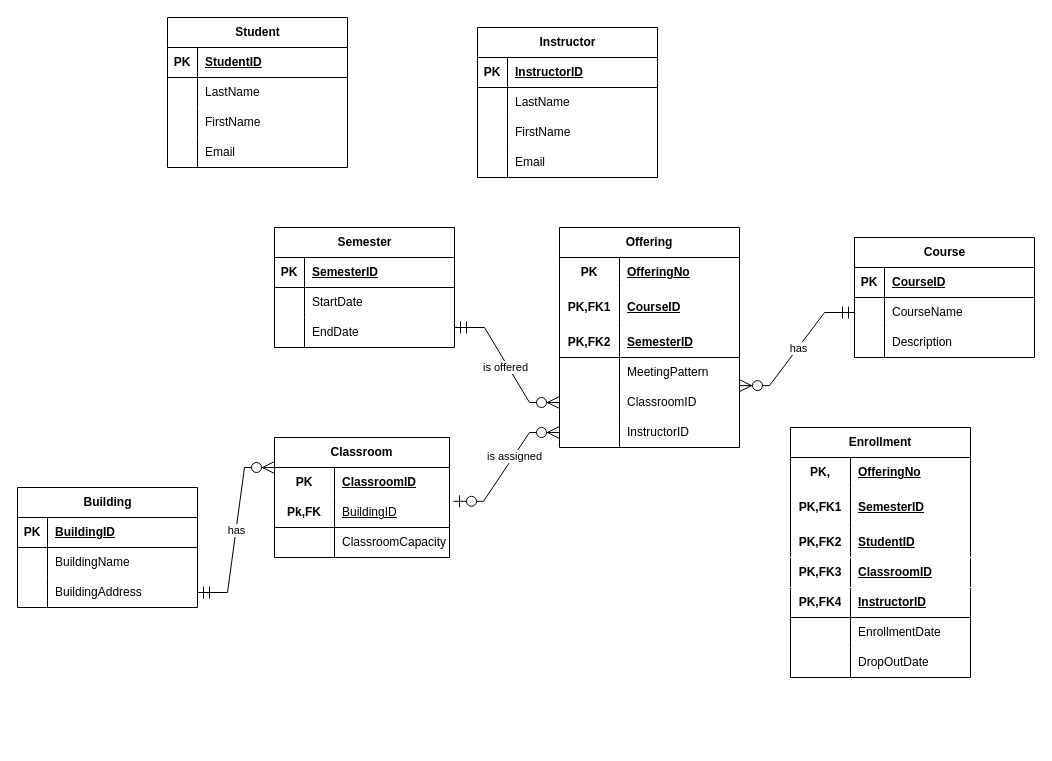
Earlier version of the draw.io diagram Untitled Diagram.drawio (shoranic/tester). Source tidied: cells renumbered, new cells numbered last; positions are measured from the earlier drawing's top-left corner, leaving out a move shared by most shapes. Both pictures are drawn from the tidied source at 100%, with x=0, y=0 at pixel (17, 17).
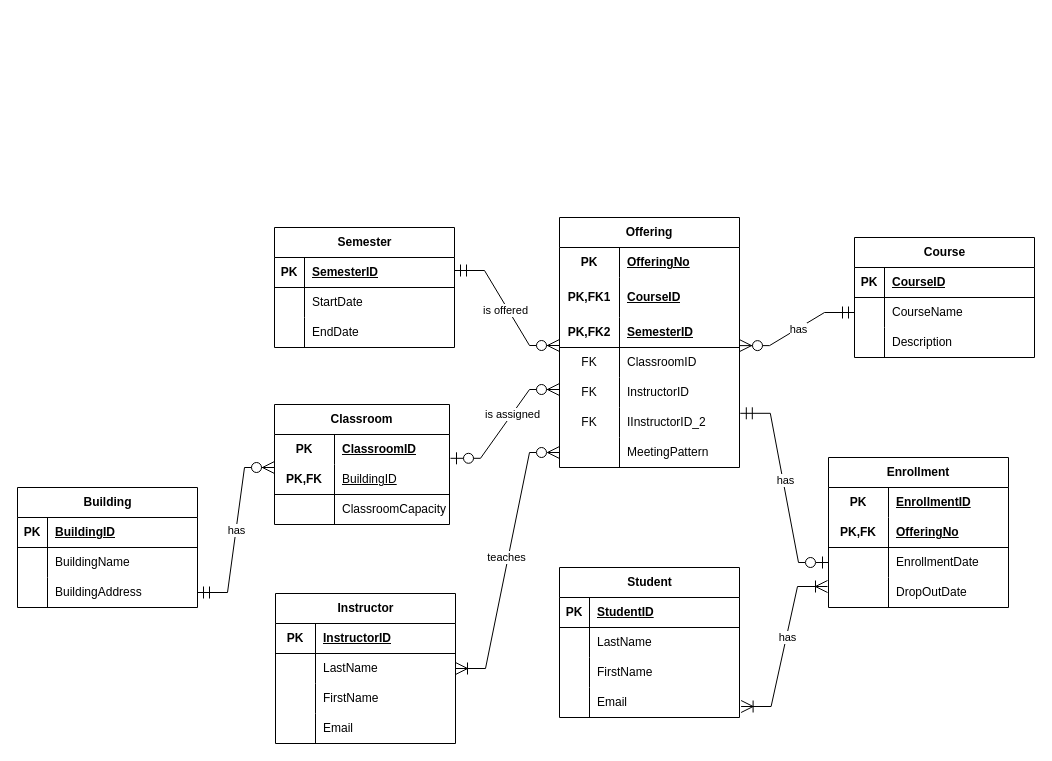
The same diagram, later.

The change refers to these unchanged cells:
```xml
<mxCell id="3" style="shape=tableRow;horizontal=0;startSize=0;swimlaneHead=0;swimlaneBody=0;fillColor=none;top=0;left=0;right=0;bottom=1;" parent="2" vertex="1">
  <mxGeometry y="30" width="180" height="30" as="geometry" />
</mxCell>
<mxCell id="6" style="shape=tableRow;horizontal=0;startSize=0;swimlaneHead=0;swimlaneBody=0;fillColor=none;points=[[0,0.5],[1,0.5]];portConstraint=eastwest;top=0;left=0;right=0;bottom=0;" parent="2" vertex="1">
  <mxGeometry y="60" width="180" height="30" as="geometry" />
</mxCell>
<mxCell id="9" style="shape=tableRow;horizontal=0;startSize=0;swimlaneHead=0;swimlaneBody=0;fillColor=none;top=0;left=0;right=0;bottom=0;" parent="2" vertex="1">
  <mxGeometry y="90" width="180" height="30" as="geometry" />
</mxCell>
<mxCell id="12" style="shape=tableRow;horizontal=0;startSize=0;swimlaneHead=0;swimlaneBody=0;fillColor=none;top=0;left=0;right=0;bottom=0;" parent="2" vertex="1">
  <mxGeometry y="120" width="180" height="30" as="geometry" />
</mxCell>
<mxCell id="81" style="shape=tableRow;horizontal=0;startSize=0;swimlaneHead=0;swimlaneBody=0;fillColor=none;points=[[0,0.5],[1,0.5]];portConstraint=eastwest;top=0;left=0;right=0;bottom=1;html=1;" parent="77" vertex="1">
  <mxGeometry y="60" width="175" height="30" as="geometry" />
</mxCell>
<mxCell id="88" style="shape=tableRow;horizontal=0;startSize=0;swimlaneHead=0;swimlaneBody=0;fillColor=none;top=0;left=0;right=0;bottom=0;html=1;" parent="87" vertex="1">
  <mxGeometry y="30" width="180" height="30" as="geometry" />
</mxCell>
```

What changed in the source:
```diff
@@
     <mxCell id="2" value="Instructor" style="shape=table;startSize=30;childLayout=tableLayout;rowLines=0;fontStyle=1;align=center;html=1;" parent="1" vertex="1">
-      <mxGeometry x="460" y="10" width="180" height="150" as="geometry" />
+      <mxGeometry x="258" y="576" width="180" height="150" as="geometry" />
     </mxCell>
@@
     <mxCell id="4" value="PK" style="shape=partialRectangle;fillColor=none;top=0;left=0;bottom=0;right=0;fontStyle=1;overflow=hidden;whiteSpace=wrap;html=1;" parent="3" vertex="1">
-      <mxGeometry width="30" height="30" as="geometry" />
+      <mxGeometry width="40" height="30" as="geometry" />
     </mxCell>
     <mxCell id="5" value="InstructorID" style="shape=partialRectangle;fillColor=none;top=0;left=0;bottom=0;right=0;align=left;spacingLeft=6;fontStyle=5;overflow=hidden;whiteSpace=wrap;html=1;" parent="3" vertex="1">
-      <mxGeometry x="30" width="150" height="30" as="geometry" />
+      <mxGeometry x="40" width="140" height="30" as="geometry" />
     </mxCell>
@@
     <mxCell id="7" style="shape=partialRectangle;fillColor=none;top=0;left=0;bottom=0;right=0;overflow=hidden;whiteSpace=wrap;html=1;" parent="6" vertex="1">
-      <mxGeometry width="30" height="30" as="geometry" />
+      <mxGeometry width="40" height="30" as="geometry" />
     </mxCell>
     <mxCell id="8" value="LastName" style="shape=partialRectangle;fillColor=none;top=0;left=0;bottom=0;right=0;align=left;spacingLeft=6;overflow=hidden;whiteSpace=wrap;html=1;" parent="6" vertex="1">
-      <mxGeometry x="30" width="150" height="30" as="geometry" />
+      <mxGeometry x="40" width="140" height="30" as="geometry" />
     </mxCell>
@@
     <mxCell id="10" style="shape=partialRectangle;fillColor=none;top=0;left=0;bottom=0;right=0;overflow=hidden;whiteSpace=wrap;html=1;" parent="9" vertex="1">
-      <mxGeometry width="30" height="30" as="geometry" />
+      <mxGeometry width="40" height="30" as="geometry" />
     </mxCell>
     <mxCell id="11" value="FirstName" style="shape=partialRectangle;fillColor=none;top=0;left=0;bottom=0;right=0;align=left;spacingLeft=6;overflow=hidden;whiteSpace=wrap;html=1;" parent="9" vertex="1">
-      <mxGeometry x="30" width="150" height="30" as="geometry" />
+      <mxGeometry x="40" width="140" height="30" as="geometry" />
     </mxCell>
@@
     <mxCell id="13" style="shape=partialRectangle;fillColor=none;top=0;left=0;bottom=0;right=0;overflow=hidden;whiteSpace=wrap;html=1;" parent="12" vertex="1">
-      <mxGeometry width="30" height="30" as="geometry" />
+      <mxGeometry width="40" height="30" as="geometry" />
     </mxCell>
     <mxCell id="14" value="Email" style="shape=partialRectangle;fillColor=none;top=0;left=0;bottom=0;right=0;align=left;spacingLeft=6;overflow=hidden;whiteSpace=wrap;html=1;" parent="12" vertex="1">
-      <mxGeometry x="30" width="150" height="30" as="geometry" />
+      <mxGeometry x="40" width="140" height="30" as="geometry" />
     </mxCell>
     <mxCell id="15" value="Student" style="shape=table;startSize=30;childLayout=tableLayout;rowLines=0;fontStyle=1;align=center;html=1;" parent="1" vertex="1">
-      <mxGeometry x="150" width="180" height="150" as="geometry" />
+      <mxGeometry x="542" y="550" width="180" height="150" as="geometry" />
     </mxCell>
@@
     <mxCell id="38" value="Offering" style="shape=table;startSize=30;childLayout=tableLayout;rowLines=0;fontStyle=1;align=center;html=1;whiteSpace=wrap;" parent="1" vertex="1">
-      <mxGeometry x="542" y="210" width="180" height="220" as="geometry" />
+      <mxGeometry x="542" y="200" width="180" height="250" as="geometry" />
     </mxCell>
@@
-    <mxCell id="48" style="shape=tableRow;horizontal=0;startSize=0;swimlaneHead=0;swimlaneBody=0;fillColor=none;top=0;left=0;right=0;bottom=0;html=1;" parent="38" vertex="1">
-      <mxGeometry y="130" width="180" height="30" as="geometry" />
-    </mxCell>
-    <mxCell id="49" style="shape=partialRectangle;fillColor=none;top=0;left=0;bottom=0;right=0;overflow=hidden;html=1;whiteSpace=wrap;" parent="48" vertex="1">
-      <mxGeometry width="60" height="30" as="geometry" />
-    </mxCell>
-    <mxCell id="50" value="MeetingPattern" style="shape=partialRectangle;fillColor=none;top=0;left=0;bottom=0;right=0;align=left;spacingLeft=6;overflow=hidden;html=1;whiteSpace=wrap;" parent="48" vertex="1">
-      <mxGeometry x="60" width="120" height="30" as="geometry" />
-    </mxCell>
     <mxCell id="51" style="shape=tableRow;horizontal=0;startSize=0;swimlaneHead=0;swimlaneBody=0;fillColor=none;points=[[0,0.5],[1,0.5]];portConstraint=eastwest;top=0;left=0;right=0;bottom=0;html=1;" parent="38" vertex="1">
-      <mxGeometry y="160" width="180" height="30" as="geometry" />
+      <mxGeometry y="130" width="180" height="30" as="geometry" />
     </mxCell>
-    <mxCell id="52" style="shape=partialRectangle;fillColor=none;top=0;left=0;bottom=0;right=0;overflow=hidden;html=1;whiteSpace=wrap;" parent="51" vertex="1">
+    <mxCell id="52" value="FK" style="shape=partialRectangle;fillColor=none;top=0;left=0;bottom=0;right=0;overflow=hidden;html=1;whiteSpace=wrap;" parent="51" vertex="1">
       <mxGeometry width="60" height="30" as="geometry" />
     </mxCell>
@@
     <mxCell id="54" style="shape=tableRow;horizontal=0;startSize=0;swimlaneHead=0;swimlaneBody=0;fillColor=none;points=[[0,0.5],[1,0.5]];portConstraint=eastwest;top=0;left=0;right=0;bottom=0;html=1;" parent="38" vertex="1">
-      <mxGeometry y="190" width="180" height="30" as="geometry" />
+      <mxGeometry y="160" width="180" height="30" as="geometry" />
     </mxCell>
-    <mxCell id="55" style="shape=partialRectangle;fillColor=none;top=0;left=0;bottom=0;right=0;overflow=hidden;html=1;whiteSpace=wrap;" parent="54" vertex="1">
+    <mxCell id="55" value="FK" style="shape=partialRectangle;fillColor=none;top=0;left=0;bottom=0;right=0;overflow=hidden;html=1;whiteSpace=wrap;" parent="54" vertex="1">
       <mxGeometry width="60" height="30" as="geometry" />
     </mxCell>
@@
+    <mxCell id="117" style="shape=tableRow;horizontal=0;startSize=0;swimlaneHead=0;swimlaneBody=0;fillColor=none;top=0;left=0;right=0;bottom=0;html=1;" parent="38" vertex="1">
+      <mxGeometry y="190" width="180" height="30" as="geometry" />
+    </mxCell>
+    <mxCell id="118" value="FK" style="shape=partialRectangle;fillColor=none;top=0;left=0;bottom=0;right=0;overflow=hidden;html=1;whiteSpace=wrap;" parent="117" vertex="1">
+      <mxGeometry width="60" height="30" as="geometry" />
+    </mxCell>
+    <mxCell id="119" value="IInstructorID_2" style="shape=partialRectangle;fillColor=none;top=0;left=0;bottom=0;right=0;align=left;spacingLeft=6;overflow=hidden;html=1;whiteSpace=wrap;" parent="117" vertex="1">
+      <mxGeometry x="60" width="120" height="30" as="geometry" />
+    </mxCell>
+    <mxCell id="120" style="shape=tableRow;horizontal=0;startSize=0;swimlaneHead=0;swimlaneBody=0;fillColor=none;points=[[0,0.5],[1,0.5]];portConstraint=eastwest;top=0;left=0;right=0;bottom=0;html=1;" parent="38" vertex="1">
+      <mxGeometry y="220" width="180" height="30" as="geometry" />
+    </mxCell>
+    <mxCell id="49" style="shape=partialRectangle;fillColor=none;top=0;left=0;bottom=0;right=0;overflow=hidden;html=1;whiteSpace=wrap;" parent="120" vertex="1">
+      <mxGeometry width="60" height="30" as="geometry" />
+    </mxCell>
+    <mxCell id="50" value="MeetingPattern" style="shape=partialRectangle;fillColor=none;top=0;left=0;bottom=0;right=0;align=left;spacingLeft=6;overflow=hidden;html=1;whiteSpace=wrap;" parent="120" vertex="1">
+      <mxGeometry x="60" width="120" height="30" as="geometry" />
+    </mxCell>
@@
     <mxCell id="77" value="Classroom" style="shape=table;startSize=30;childLayout=tableLayout;rowLines=0;fontStyle=1;align=center;html=1;whiteSpace=wrap;" parent="1" vertex="1">
-      <mxGeometry x="257" y="420" width="175" height="120" as="geometry" />
+      <mxGeometry x="257" y="387" width="175" height="120" as="geometry" />
     </mxCell>
@@
-    <mxCell id="82" value="Pk,FK" style="shape=partialRectangle;fillColor=none;top=0;left=0;bottom=0;right=0;fontStyle=1;overflow=hidden;html=1;whiteSpace=wrap;" parent="81" vertex="1">
+    <mxCell id="82" value="PK,FK" style="shape=partialRectangle;fillColor=none;top=0;left=0;bottom=0;right=0;fontStyle=1;overflow=hidden;html=1;whiteSpace=wrap;" parent="81" vertex="1">
       <mxGeometry width="60" height="30" as="geometry" />
     </mxCell>
@@
     <mxCell id="87" value="Enrollment" style="shape=table;startSize=30;childLayout=tableLayout;rowLines=0;fontStyle=1;align=center;html=1;whiteSpace=wrap;" parent="1" vertex="1">
-      <mxGeometry x="773" y="410" width="180" height="250" as="geometry" />
+      <mxGeometry x="811" y="440" width="180" height="150" as="geometry" />
     </mxCell>
@@
-    <mxCell id="89" value="PK," style="shape=partialRectangle;fillColor=none;top=0;left=0;bottom=0;right=0;fontStyle=1;overflow=hidden;html=1;whiteSpace=wrap;" parent="88" vertex="1">
+    <mxCell id="89" value="PK" style="shape=partialRectangle;fillColor=none;top=0;left=0;bottom=0;right=0;fontStyle=1;overflow=hidden;html=1;whiteSpace=wrap;" parent="88" vertex="1">
       <mxGeometry width="60" height="30" as="geometry" />
     </mxCell>
-    <mxCell id="90" value="OfferingNo" style="shape=partialRectangle;fillColor=none;top=0;left=0;bottom=0;right=0;align=left;spacingLeft=6;fontStyle=5;overflow=hidden;html=1;whiteSpace=wrap;" parent="88" vertex="1">
+    <mxCell id="90" value="EnrollmentID" style="shape=partialRectangle;fillColor=none;top=0;left=0;bottom=0;right=0;align=left;spacingLeft=6;fontStyle=5;overflow=hidden;html=1;whiteSpace=wrap;" parent="88" vertex="1">
       <mxGeometry x="60" width="120" height="30" as="geometry" />
     </mxCell>
-    <mxCell id="91" style="shape=tableRow;horizontal=0;startSize=0;swimlaneHead=0;swimlaneBody=0;fillColor=none;top=0;left=0;right=0;bottom=0;html=1;" parent="87" vertex="1">
-      <mxGeometry y="60" width="180" height="40" as="geometry" />
-    </mxCell>
-    <mxCell id="92" value="PK,FK1" style="shape=partialRectangle;fillColor=none;top=0;left=0;bottom=0;right=0;fontStyle=1;overflow=hidden;html=1;whiteSpace=wrap;" parent="91" vertex="1">
-      <mxGeometry width="60" height="40" as="geometry" />
-    </mxCell>
-    <mxCell id="93" value="SemesterID" style="shape=partialRectangle;fillColor=none;top=0;left=0;bottom=0;right=0;align=left;spacingLeft=6;fontStyle=5;overflow=hidden;html=1;whiteSpace=wrap;" parent="91" vertex="1">
-      <mxGeometry x="60" width="120" height="40" as="geometry" />
-    </mxCell>
-    <mxCell id="94" style="shape=tableRow;horizontal=0;startSize=0;swimlaneHead=0;swimlaneBody=0;fillColor=none;top=0;left=0;right=0;bottom=1;html=1;strokeColor=#FFFFFF;" parent="87" vertex="1">
-      <mxGeometry y="100" width="180" height="30" as="geometry" />
+    <mxCell id="94" style="shape=tableRow;horizontal=0;startSize=0;swimlaneHead=0;swimlaneBody=0;fillColor=none;top=0;left=0;right=0;bottom=1;html=1;strokeColor=#000000;" parent="87" vertex="1">
+      <mxGeometry y="60" width="180" height="30" as="geometry" />
     </mxCell>
-    <mxCell id="95" value="PK,FK2" style="shape=partialRectangle;fillColor=none;top=0;left=0;bottom=0;right=0;fontStyle=1;overflow=hidden;html=1;whiteSpace=wrap;" parent="94" vertex="1">
+    <mxCell id="95" value="PK,FK" style="shape=partialRectangle;fillColor=none;top=0;left=0;bottom=0;right=0;fontStyle=1;overflow=hidden;html=1;whiteSpace=wrap;" parent="94" vertex="1">
       <mxGeometry width="60" height="30" as="geometry" />
     </mxCell>
-    <mxCell id="96" value="StudentID" style="shape=partialRectangle;fillColor=none;top=0;left=0;bottom=0;right=0;align=left;spacingLeft=6;fontStyle=5;overflow=hidden;html=1;whiteSpace=wrap;" parent="94" vertex="1">
+    <mxCell id="96" value="OfferingNo" style="shape=partialRectangle;fillColor=none;top=0;left=0;bottom=0;right=0;align=left;spacingLeft=6;fontStyle=5;overflow=hidden;html=1;whiteSpace=wrap;" parent="94" vertex="1">
       <mxGeometry x="60" width="120" height="30" as="geometry" />
     </mxCell>
-    <mxCell id="97" style="shape=tableRow;horizontal=0;startSize=0;swimlaneHead=0;swimlaneBody=0;fillColor=none;top=0;left=0;right=0;bottom=1;html=1;strokeColor=#FFFFFF;" parent="87" vertex="1">
-      <mxGeometry y="130" width="180" height="30" as="geometry" />
-    </mxCell>
-    <mxCell id="98" value="PK,FK3" style="shape=partialRectangle;fillColor=none;top=0;left=0;bottom=0;right=0;fontStyle=1;overflow=hidden;html=1;whiteSpace=wrap;" parent="97" vertex="1">
-      <mxGeometry width="60" height="30" as="geometry" />
-    </mxCell>
-    <mxCell id="99" value="ClassroomID" style="shape=partialRectangle;fillColor=none;top=0;left=0;bottom=0;right=0;align=left;spacingLeft=6;fontStyle=5;overflow=hidden;html=1;whiteSpace=wrap;" parent="97" vertex="1">
-      <mxGeometry x="60" width="120" height="30" as="geometry" />
-    </mxCell>
-    <mxCell id="100" style="shape=tableRow;horizontal=0;startSize=0;swimlaneHead=0;swimlaneBody=0;fillColor=none;top=0;left=0;right=0;bottom=1;html=1;" parent="87" vertex="1">
-      <mxGeometry y="160" width="180" height="30" as="geometry" />
-    </mxCell>
-    <mxCell id="101" value="PK,FK4" style="shape=partialRectangle;fillColor=none;top=0;left=0;bottom=0;right=0;fontStyle=1;overflow=hidden;html=1;whiteSpace=wrap;" parent="100" vertex="1">
-      <mxGeometry width="60" height="30" as="geometry" />
-    </mxCell>
-    <mxCell id="102" value="InstructorID" style="shape=partialRectangle;fillColor=none;top=0;left=0;bottom=0;right=0;align=left;spacingLeft=6;fontStyle=5;overflow=hidden;html=1;whiteSpace=wrap;" parent="100" vertex="1">
-      <mxGeometry x="60" width="120" height="30" as="geometry" />
-    </mxCell>
     <mxCell id="103" style="shape=tableRow;horizontal=0;startSize=0;swimlaneHead=0;swimlaneBody=0;fillColor=none;points=[[0,0.5],[1,0.5]];portConstraint=eastwest;top=0;left=0;right=0;bottom=0;html=1;" parent="87" vertex="1">
-      <mxGeometry y="190" width="180" height="30" as="geometry" />
+      <mxGeometry y="90" width="180" height="30" as="geometry" />
     </mxCell>
@@
     <mxCell id="106" style="shape=tableRow;horizontal=0;startSize=0;swimlaneHead=0;swimlaneBody=0;fillColor=none;top=0;left=0;right=0;bottom=0;html=1;" parent="87" vertex="1">
-      <mxGeometry y="220" width="180" height="30" as="geometry" />
+      <mxGeometry y="120" width="180" height="30" as="geometry" />
     </mxCell>
@@
-    <mxCell id="109" style="edgeStyle=entityRelationEdgeStyle;fontSize=12;html=1;endArrow=ERzeroToMany;startArrow=ERmandOne;rounded=0;entryX=0;entryY=0.5;entryDx=0;entryDy=0;endSize=10;startSize=10;" parent="1" edge="1" target="51">
+    <mxCell id="109" style="edgeStyle=entityRelationEdgeStyle;fontSize=12;html=1;endArrow=ERzeroToMany;startArrow=ERmandOne;rounded=0;entryX=0;entryY=0.5;entryDx=0;entryDy=0;endSize=10;startSize=10;" parent="1" edge="1">
       <mxGeometry relative="1" as="geometry">
-        <mxPoint x="437" y="310" as="sourcePoint" />
+        <mxPoint x="437" y="253" as="sourcePoint" />
+        <mxPoint x="542" y="328" as="targetPoint" />
       </mxGeometry>
     </mxCell>
@@
-    <mxCell id="113" style="edgeStyle=entityRelationEdgeStyle;fontSize=12;html=1;endArrow=ERzeroToMany;startArrow=ERzeroToOne;rounded=0;endSize=10;startSize=10;exitX=1.023;exitY=0.127;exitDx=0;exitDy=0;exitPerimeter=0;entryX=0;entryY=0.5;entryDx=0;entryDy=0;" parent="1" edge="1" source="81" target="54">
+    <mxCell id="113" style="edgeStyle=entityRelationEdgeStyle;fontSize=12;html=1;endArrow=ERzeroToMany;startArrow=ERzeroToOne;rounded=0;endSize=10;startSize=10;exitX=1.023;exitY=0.127;exitDx=0;exitDy=0;exitPerimeter=0;entryX=0;entryY=0.5;entryDx=0;entryDy=0;" parent="1" edge="1">
       <mxGeometry relative="1" as="geometry">
+        <mxPoint x="433" y="440.8" as="sourcePoint" />
+        <mxPoint x="542" y="372" as="targetPoint" />
         <Array as="points">
-          <mxPoint x="452" y="500" />
-          <mxPoint x="570.8" y="560" />
-          <mxPoint x="480.8" y="600" />
-          <mxPoint x="490.8" y="570" />
+          <mxPoint x="449" y="457" />
+          <mxPoint x="567.8" y="517" />
+          <mxPoint x="477.8" y="557" />
+          <mxPoint x="487.8" y="527" />
         </Array>
       </mxGeometry>
     </mxCell>
@@
+    <mxCell id="121" style="edgeStyle=entityRelationEdgeStyle;fontSize=12;html=1;endArrow=ERzeroToOne;startArrow=ERmandOne;rounded=0;exitX=1.032;exitY=-0.139;exitDx=0;exitDy=0;exitPerimeter=0;entryX=0;entryY=0.5;entryDx=0;entryDy=0;endSize=10;startSize=10;endFill=0;startFill=0;" parent="1" edge="1" target="103">
+      <mxGeometry relative="1" as="geometry">
+        <mxPoint x="722.8" y="395.8" as="sourcePoint" />
+      </mxGeometry>
+    </mxCell>
+    <mxCell id="122" value="has" style="edgeLabel;html=1;align=center;verticalAlign=middle;" parent="121" vertex="1">
+      <mxGeometry x="-0.07" y="2" relative="1" as="geometry">
+        <mxPoint y="-1" as="offset" />
+      </mxGeometry>
+    </mxCell>
+    <mxCell id="123" style="edgeStyle=entityRelationEdgeStyle;fontSize=12;html=1;endArrow=ERoneToMany;endFill=0;rounded=0;exitX=1.009;exitY=-0.167;exitDx=0;exitDy=0;exitPerimeter=0;endSize=10;startSize=10;startArrow=ERoneToMany;startFill=0;" parent="1" edge="1">
+      <mxGeometry relative="1" as="geometry">
+        <mxPoint x="723.6" y="689" as="sourcePoint" />
+        <mxPoint x="810" y="569" as="targetPoint" />
+      </mxGeometry>
+    </mxCell>
+    <mxCell id="124" value="has" style="edgeLabel;html=1;align=center;verticalAlign=middle;" parent="123" vertex="1">
+      <mxGeometry x="0.1" y="-1" relative="1" as="geometry" />
+    </mxCell>
+    <mxCell id="125" style="edgeStyle=entityRelationEdgeStyle;fontSize=12;html=1;endArrow=ERzeroToMany;startArrow=ERoneToMany;rounded=0;endFill=0;endSize=10;startSize=10;exitX=1;exitY=0.5;exitDx=0;exitDy=0;startFill=0;entryX=0;entryY=0.5;entryDx=0;entryDy=0;" parent="1" edge="1" source="6" target="120">
+      <mxGeometry relative="1" as="geometry" />
+    </mxCell>
+    <mxCell id="126" value="teaches" style="edgeLabel;html=1;align=center;verticalAlign=middle;" parent="125" vertex="1">
+      <mxGeometry x="0.02" y="2" relative="1" as="geometry" />
+    </mxCell>
```
